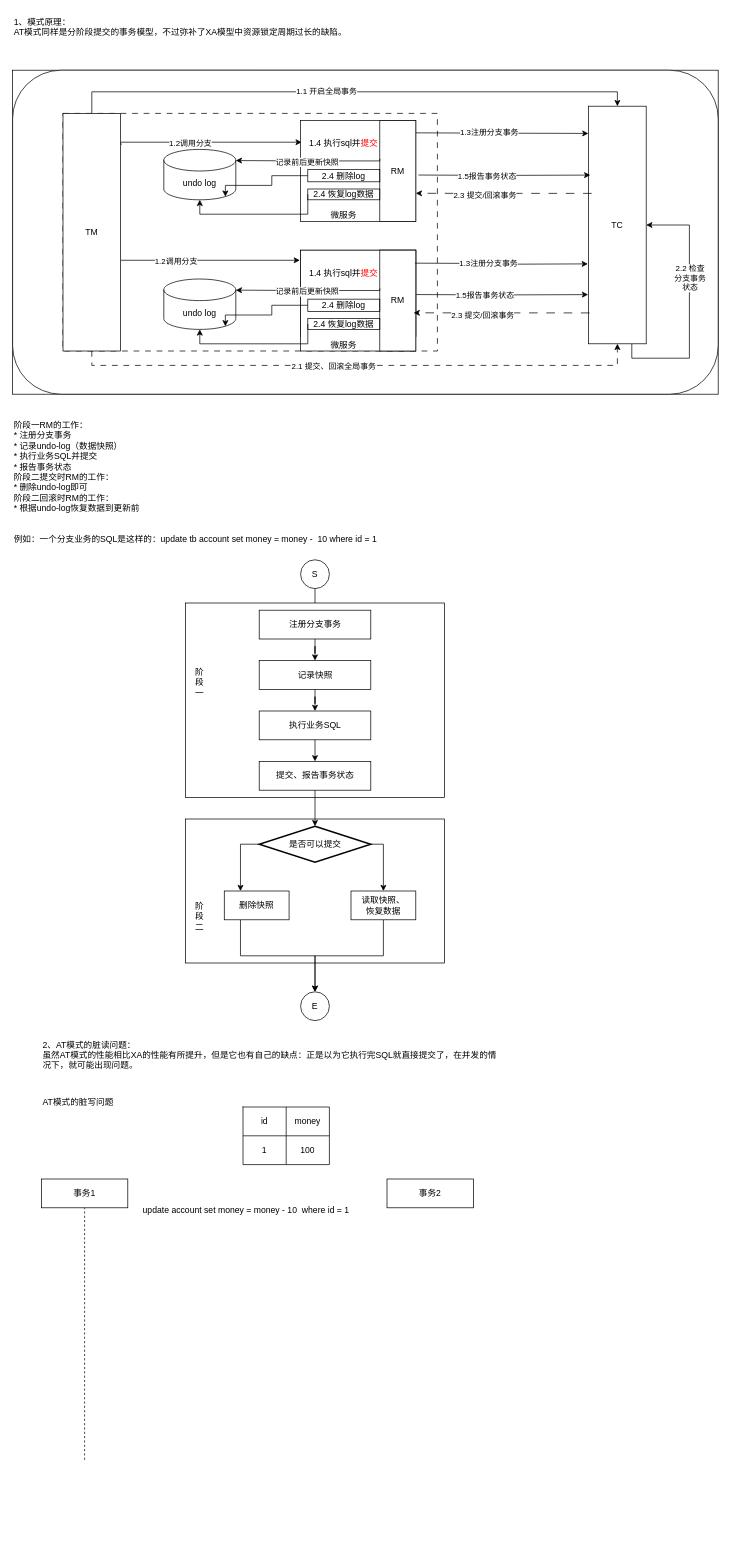
Earlier version of the draw.io diagram page "AT模式" (5 of 5) of 分布式事务.drawio (EngineKing/draw). Source tidied: cells renumbered, new cells numbered last; positions are measured from the earlier drawing's top-left corner, leaving out a move shared by most shapes. Both pictures are drawn from the tidied source at 72%, with x=0, y=0 at pixel (12, 12).
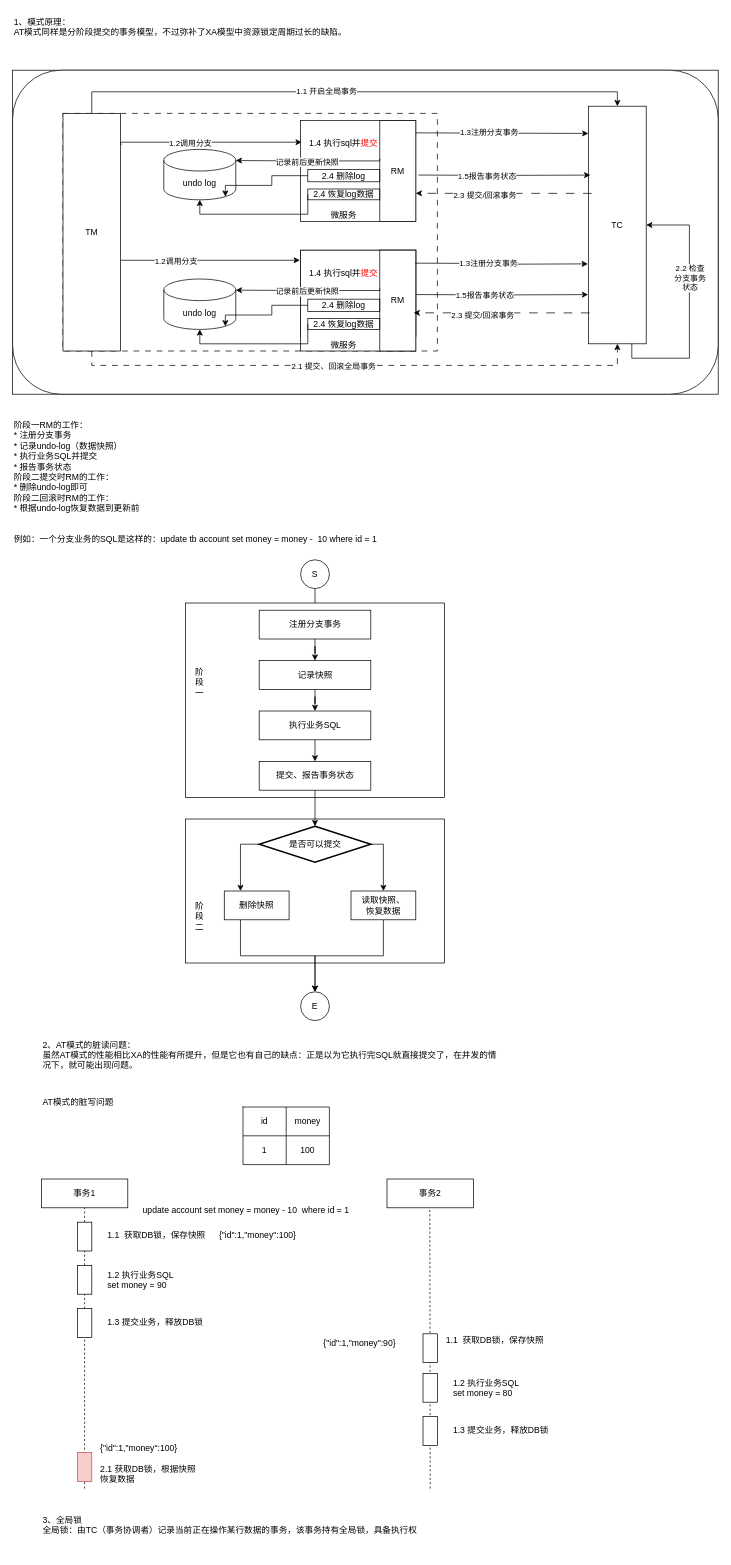
The same page after the edit.

Commit message:
更新分布式事务.drawio

Unchanged cells that the change refers to:
```xml
<mxCell id="90" value="事务1" style="rounded=0;whiteSpace=wrap;html=1;" parent="1" vertex="1">
  <mxGeometry x="40" y="1620" width="120" height="40" as="geometry" />
</mxCell>
```

Diff of the diagram source:
```diff
@@
-    <mxCell id="93" style="endArrow=none;dashed=1;html=1;rounded=0;entryX=0.5;entryY=1;entryDx=0;entryDy=0;" parent="1" edge="1" target="90">
-      <mxGeometry relative="1" as="geometry">
-        <mxPoint x="100" y="2010" as="sourcePoint" />
-      </mxGeometry>
+    <mxCell id="93" style="endArrow=none;dashed=1;html=1;rounded=0;entryX=0.5;entryY=1;entryDx=0;entryDy=0;" parent="1" edge="1" source="96" target="90">
+      <mxGeometry relative="1" as="geometry" />
     </mxCell>
+    <mxCell id="94" style="endArrow=none;dashed=1;html=1;rounded=0;entryX=0.5;entryY=1;entryDx=0;entryDy=0;" parent="1" edge="1">
+      <mxGeometry relative="1" as="geometry">
+        <mxPoint x="580" y="2050" as="sourcePoint" />
+        <mxPoint x="579.5" y="1660" as="targetPoint" />
+      </mxGeometry>
+    </mxCell>
+    <mxCell id="95" style="endArrow=none;dashed=1;html=1;rounded=0;entryX=0.5;entryY=1;entryDx=0;entryDy=0;" parent="1" edge="1" source="100" target="96">
+      <mxGeometry relative="1" as="geometry" />
+    </mxCell>
+    <mxCell id="96" style="rounded=0;whiteSpace=wrap;html=1;" parent="1" vertex="1">
+      <mxGeometry x="90" y="1680" width="20" height="40" as="geometry" />
+    </mxCell>
+    <mxCell id="97" value="&lt;div&gt;1.1&amp;nbsp; 获取DB锁，保存快照&lt;/div&gt;" style="text;html=1;align=left;verticalAlign=top;whiteSpace=wrap;rounded=0;" parent="1" vertex="1">
+      <mxGeometry x="130" y="1685" width="140" height="30" as="geometry" />
+    </mxCell>
+    <mxCell id="98" value="&lt;div&gt;{&quot;id&quot;:1,&quot;money&lt;span style=&quot;background-color: initial; color: rgb(0, 0, 0); --darkreader-inline-bgcolor: initial; --darkreader-inline-color: #e8e6e3;&quot;&gt;&quot;:100}&lt;/span&gt;&lt;/div&gt;" style="text;html=1;align=left;verticalAlign=top;whiteSpace=wrap;rounded=0;" parent="1" vertex="1">
+      <mxGeometry x="285" y="1685" width="140" height="30" as="geometry" />
+    </mxCell>
+    <mxCell id="99" style="endArrow=none;dashed=1;html=1;rounded=0;entryX=0.5;entryY=1;entryDx=0;entryDy=0;" parent="1" edge="1" source="103" target="100">
+      <mxGeometry relative="1" as="geometry" />
+    </mxCell>
+    <mxCell id="100" style="rounded=0;whiteSpace=wrap;html=1;" parent="1" vertex="1">
+      <mxGeometry x="90" y="1740" width="20" height="40" as="geometry" />
+    </mxCell>
+    <mxCell id="101" value="&lt;div&gt;1.2 执行业务SQL&lt;br&gt;set money = 90&lt;/div&gt;" style="text;html=1;align=left;verticalAlign=top;whiteSpace=wrap;rounded=0;" parent="1" vertex="1">
+      <mxGeometry x="130" y="1740" width="140" height="30" as="geometry" />
+    </mxCell>
+    <mxCell id="102" style="endArrow=none;dashed=1;html=1;rounded=0;entryX=0.5;entryY=1;entryDx=0;entryDy=0;" parent="1" edge="1" target="103">
+      <mxGeometry relative="1" as="geometry">
+        <mxPoint x="100" y="2050" as="sourcePoint" />
+      </mxGeometry>
+    </mxCell>
+    <mxCell id="103" style="rounded=0;whiteSpace=wrap;html=1;" parent="1" vertex="1">
+      <mxGeometry x="90" y="1800" width="20" height="40" as="geometry" />
+    </mxCell>
+    <mxCell id="104" value="1.3 提交业务，释放DB锁" style="text;html=1;align=left;verticalAlign=top;whiteSpace=wrap;rounded=0;" parent="1" vertex="1">
+      <mxGeometry x="130" y="1805" width="140" height="30" as="geometry" />
+    </mxCell>
+    <mxCell id="105" style="rounded=0;whiteSpace=wrap;html=1;" parent="1" vertex="1">
+      <mxGeometry x="570" y="1835" width="20" height="40" as="geometry" />
+    </mxCell>
+    <mxCell id="106" value="&lt;div&gt;1.1&amp;nbsp; 获取DB锁，保存快照&lt;/div&gt;" style="text;html=1;align=left;verticalAlign=top;whiteSpace=wrap;rounded=0;" parent="1" vertex="1">
+      <mxGeometry x="600" y="1830" width="140" height="30" as="geometry" />
+    </mxCell>
+    <mxCell id="107" value="&lt;div&gt;{&quot;id&quot;:1,&quot;money&lt;span style=&quot;background-color: initial; color: rgb(0, 0, 0); --darkreader-inline-bgcolor: initial; --darkreader-inline-color: #e8e6e3;&quot;&gt;&quot;:90}&lt;/span&gt;&lt;/div&gt;" style="text;html=1;align=left;verticalAlign=top;whiteSpace=wrap;rounded=0;" parent="1" vertex="1">
+      <mxGeometry x="430" y="1835" width="140" height="30" as="geometry" />
+    </mxCell>
+    <mxCell id="108" style="rounded=0;whiteSpace=wrap;html=1;" parent="1" vertex="1">
+      <mxGeometry x="570" y="1890" width="20" height="40" as="geometry" />
+    </mxCell>
+    <mxCell id="109" value="&lt;div&gt;1.2 执行业务SQL&lt;br&gt;set money = 80&lt;/div&gt;" style="text;html=1;align=left;verticalAlign=top;whiteSpace=wrap;rounded=0;" parent="1" vertex="1">
+      <mxGeometry x="610" y="1890" width="140" height="30" as="geometry" />
+    </mxCell>
+    <mxCell id="110" style="rounded=0;whiteSpace=wrap;html=1;" parent="1" vertex="1">
+      <mxGeometry x="570" y="1950" width="20" height="40" as="geometry" />
+    </mxCell>
+    <mxCell id="111" value="1.3 提交业务，释放DB锁" style="text;html=1;align=left;verticalAlign=top;whiteSpace=wrap;rounded=0;" parent="1" vertex="1">
+      <mxGeometry x="610" y="1955" width="140" height="30" as="geometry" />
+    </mxCell>
+    <mxCell id="112" value="&lt;div&gt;{&quot;id&quot;:1,&quot;money&lt;span style=&quot;background-color: initial; color: rgb(0, 0, 0); --darkreader-inline-bgcolor: initial; --darkreader-inline-color: #e8e6e3;&quot;&gt;&quot;:100}&lt;/span&gt;&lt;/div&gt;" style="text;html=1;align=left;verticalAlign=top;whiteSpace=wrap;rounded=0;" parent="1" vertex="1">
+      <mxGeometry x="120" y="1980" width="140" height="30" as="geometry" />
+    </mxCell>
+    <mxCell id="113" style="rounded=0;whiteSpace=wrap;html=1;fillColor=#f8cecc;strokeColor=#b85450;" parent="1" vertex="1">
+      <mxGeometry x="90" y="2000" width="20" height="40" as="geometry" />
+    </mxCell>
+    <mxCell id="114" value="2.1 获取DB锁，根据快照恢复数据" style="text;html=1;align=left;verticalAlign=top;whiteSpace=wrap;rounded=0;" parent="1" vertex="1">
+      <mxGeometry x="120" y="2010" width="140" height="30" as="geometry" />
+    </mxCell>
+    <mxCell id="115" value="&lt;div&gt;3、全局锁&lt;/div&gt;&lt;div&gt;全局锁：由TC（事务协调者）记录当前正在操作某行数据的事务，该事务持有全局锁，具备执行权&lt;/div&gt;&lt;div&gt;&lt;br&gt;&lt;/div&gt;" style="text;html=1;align=left;verticalAlign=top;whiteSpace=wrap;rounded=0;" parent="1" vertex="1">
+      <mxGeometry x="40" y="2080" width="640" height="60" as="geometry" />
+    </mxCell>
```
